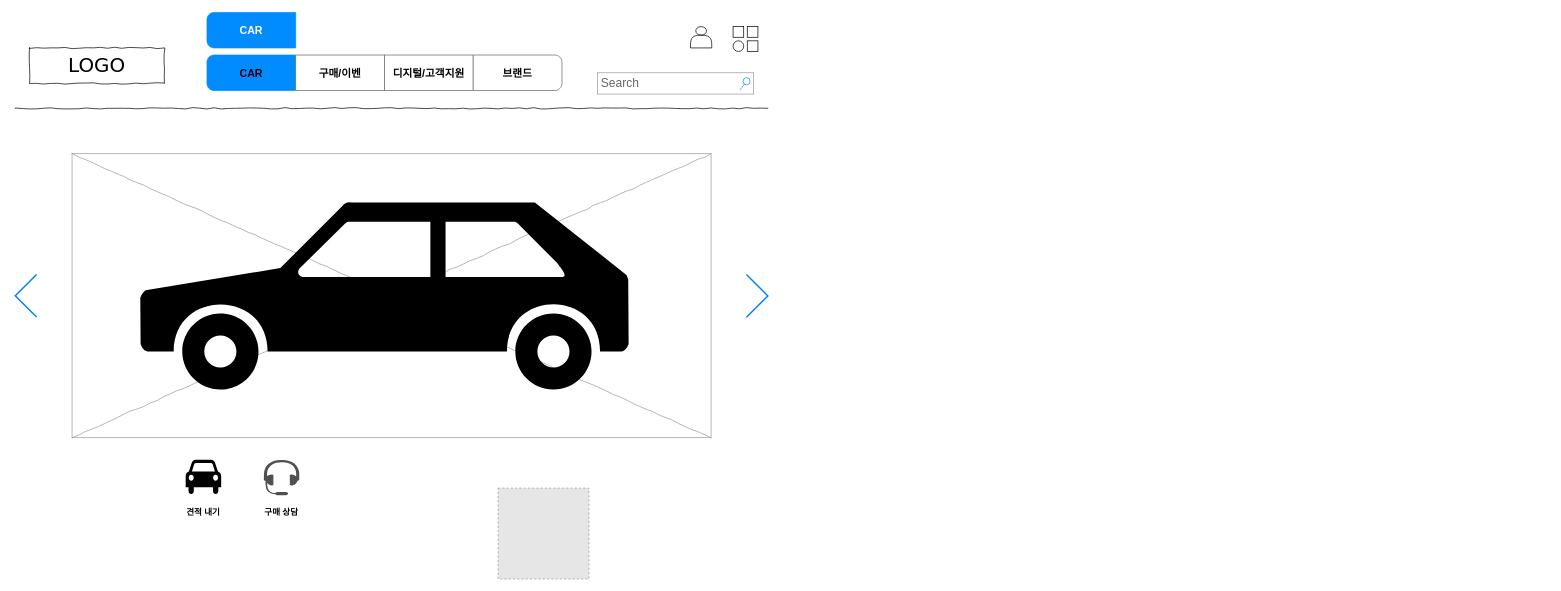
This is 제목 없는 다이어그램.drawio from hyun5085/todo, a draw.io file, before an edit. Source tidied: cells renumbered, new cells numbered last; positions are measured from the earlier drawing's top-left corner, leaving out a move shared by most shapes. Both pictures are drawn from the tidied source at 71%, with x=0, y=0 at pixel (15, 12). Pictures stored in the file or linked from it are replaced by grey dashed boxes.
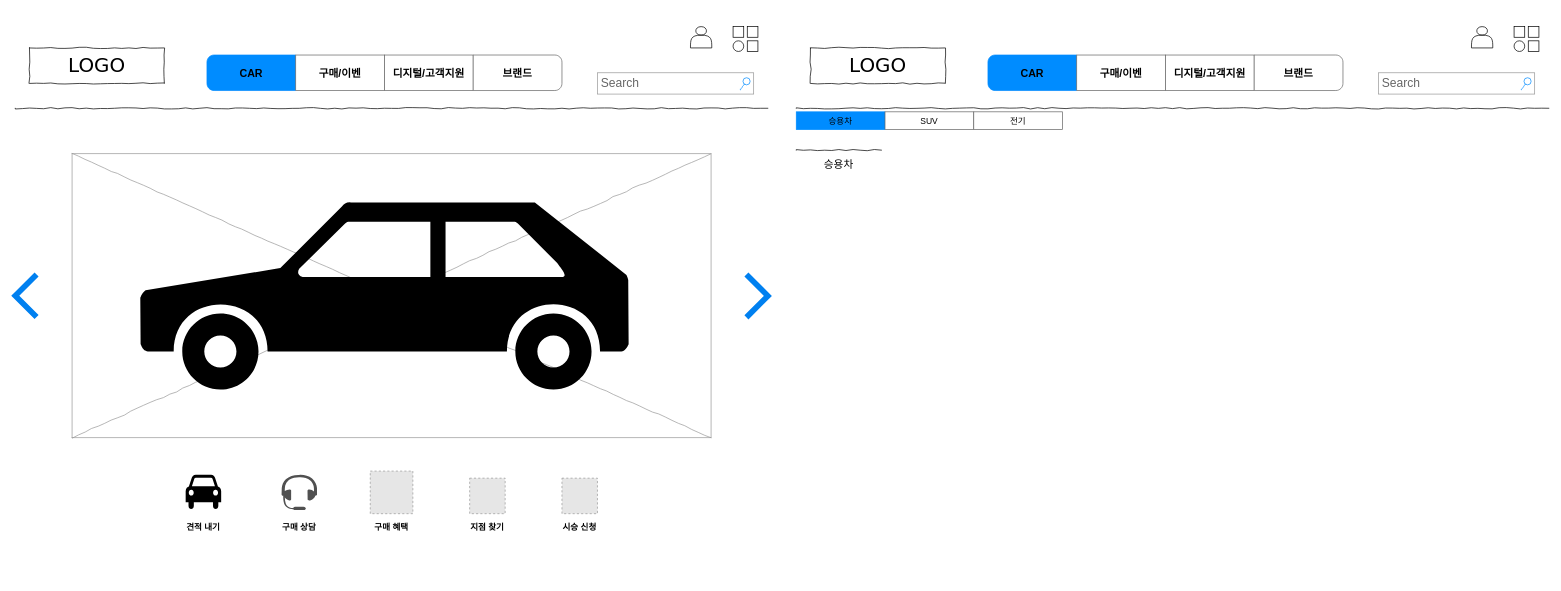
The same diagram, later.

Commit message (it also covers changes not shown here):
제목 없는 다이어그램.drawio 업데이트

The edit, as a diff of the source:
```diff
@@
-    <mxCell id="17" style="html=1;verticalLabelPosition=bottom;labelBackgroundColor=#ffffff;verticalAlign=top;shadow=0;dashed=0;strokeWidth=2;shape=mxgraph.ios7.misc.left;strokeColor=#0080f0;align=center;fontFamily=Helvetica;fontSize=12;fontColor=default;fillColor=default;" parent="1" vertex="1">
+    <mxCell id="17" style="html=1;verticalLabelPosition=bottom;labelBackgroundColor=#ffffff;verticalAlign=top;shadow=0;dashed=0;strokeWidth=8;shape=mxgraph.ios7.misc.left;strokeColor=#0080f0;align=center;fontFamily=Helvetica;fontSize=12;fontColor=default;fillColor=default;" parent="1" vertex="1">
       <mxGeometry y="369" width="30" height="60" as="geometry" />
     </mxCell>
-    <mxCell id="18" style="html=1;verticalLabelPosition=bottom;labelBackgroundColor=#ffffff;verticalAlign=top;shadow=0;dashed=0;strokeWidth=2;shape=mxgraph.ios7.misc.right;strokeColor=#0080f0;align=center;fontFamily=Helvetica;fontSize=12;fontColor=default;fillColor=default;" parent="1" vertex="1">
+    <mxCell id="18" style="html=1;verticalLabelPosition=bottom;labelBackgroundColor=#ffffff;verticalAlign=top;shadow=0;dashed=0;strokeWidth=8;shape=mxgraph.ios7.misc.right;strokeColor=#0080f0;align=center;fontFamily=Helvetica;fontSize=12;fontColor=default;fillColor=default;" parent="1" vertex="1">
       <mxGeometry x="1029.8" y="369" width="30.2" height="60.5" as="geometry" />
     </mxCell>
@@
-    <mxCell id="20" value="CAR" style="text;strokeColor=#008CFF;align=center;verticalAlign=middle;spacingLeft=10;spacingRight=10;overflow=hidden;whiteSpace=wrap;html=1;shape=mxgraph.mockup.leftButton;rSize=10;fillColor=#008CFF;fontColor=#ffffff;fontSize=15;fontStyle=1;" parent="1" vertex="1">
-      <mxGeometry x="270" width="125" height="50" as="geometry" />
-    </mxCell>
     <mxCell id="21" style="shape=mxgraph.signs.transportation.car_4;html=1;fillColor=#000000;strokeColor=none;verticalLabelPosition=bottom;verticalAlign=top;align=center;fontFamily=Helvetica;fontSize=12;fontColor=default;labelBackgroundColor=light-dark(#FFFFFF,#FFFFFF);" parent="1" vertex="1">
-      <mxGeometry x="240" y="630" width="50" height="50" as="geometry" />
+      <mxGeometry x="240" y="651" width="50" height="50" as="geometry" />
     </mxCell>
     <mxCell id="22" value="견적 내기" style="text;strokeColor=none;align=center;fillColor=none;html=1;verticalAlign=middle;whiteSpace=wrap;rounded=0;fontFamily=Helvetica;fontSize=12;fontColor=default;labelBackgroundColor=none;fontStyle=1;" parent="1" vertex="1">
-      <mxGeometry x="235" y="690" width="60" height="30" as="geometry" />
+      <mxGeometry x="235" y="711" width="60" height="30" as="geometry" />
     </mxCell>
     <mxCell id="23" style="sketch=0;shadow=0;dashed=0;html=1;strokeColor=none;fillColor=light-dark(#505050, #ffffff);labelPosition=center;verticalLabelPosition=bottom;verticalAlign=top;align=center;shape=mxgraph.office.devices.headset;fontFamily=Helvetica;fontSize=12;fontColor=default;labelBackgroundColor=light-dark(#FFFFFF,#FFFFFF);" parent="1" vertex="1">
-      <mxGeometry x="350" y="630" width="50" height="50" as="geometry" />
+      <mxGeometry x="375" y="651" width="50" height="50" as="geometry" />
     </mxCell>
     <mxCell id="24" value="구매 상담" style="text;strokeColor=none;align=center;fillColor=none;html=1;verticalAlign=middle;whiteSpace=wrap;rounded=0;fontFamily=Helvetica;fontSize=12;fontColor=default;labelBackgroundColor=none;fontStyle=1;" parent="1" vertex="1">
-      <mxGeometry x="345" y="690" width="60" height="30" as="geometry" />
+      <mxGeometry x="370" y="711" width="60" height="30" as="geometry" />
     </mxCell>
-    <mxCell id="25" style="fillColor=#E6E6E6;strokeColor=#999999;dashed=1;html=1;verticalAlign=top;verticalLabelPosition=bottom;labelBackgroundColor=#ffffff;align=center;fontFamily=Helvetica;fontSize=12;fontColor=default;" parent="1" vertex="1">
-      <mxGeometry x="680" y="670" width="128" height="128" as="geometry" />
-    </mxCell>
+    <mxCell id="26" style="fillColor=#E6E6E6;strokeColor=#999999;dashed=1;verticalLabelPosition=bottom;labelBackgroundColor=default;verticalAlign=top;" parent="1" vertex="1">
+      <mxGeometry x="500" y="646" width="60" height="60" as="geometry" />
+    </mxCell>
+    <mxCell id="27" value="구매 혜택" style="text;strokeColor=none;align=center;fillColor=none;html=1;verticalAlign=middle;whiteSpace=wrap;rounded=0;fontFamily=Helvetica;fontSize=12;fontColor=default;labelBackgroundColor=none;fontStyle=1;" parent="1" vertex="1">
+      <mxGeometry x="500" y="711" width="60" height="30" as="geometry" />
+    </mxCell>
+    <mxCell id="28" style="fillColor=#E6E6E6;strokeColor=#999999;dashed=1;verticalLabelPosition=bottom;labelBackgroundColor=default;verticalAlign=top;" parent="1" vertex="1">
+      <mxGeometry x="640" y="656" width="50" height="50" as="geometry" />
+    </mxCell>
+    <mxCell id="29" value="지점 찾기" style="text;strokeColor=none;align=center;fillColor=none;html=1;verticalAlign=middle;whiteSpace=wrap;rounded=0;fontFamily=Helvetica;fontSize=12;fontColor=default;labelBackgroundColor=none;fontStyle=1;" parent="1" vertex="1">
+      <mxGeometry x="635" y="711" width="60" height="30" as="geometry" />
+    </mxCell>
+    <mxCell id="30" style="fillColor=#E6E6E6;strokeColor=#999999;dashed=1;verticalLabelPosition=bottom;labelBackgroundColor=default;verticalAlign=top;" parent="1" vertex="1">
+      <mxGeometry x="770" y="656" width="50" height="50" as="geometry" />
+    </mxCell>
+    <mxCell id="31" value="시승 신청" style="text;strokeColor=none;align=center;fillColor=none;html=1;verticalAlign=middle;whiteSpace=wrap;rounded=0;fontFamily=Helvetica;fontSize=12;fontColor=default;labelBackgroundColor=none;fontStyle=1;" parent="1" vertex="1">
+      <mxGeometry x="765" y="711" width="60" height="30" as="geometry" />
+    </mxCell>
+    <mxCell id="32" value="LOGO" style="whiteSpace=wrap;html=1;rounded=0;shadow=0;labelBackgroundColor=none;strokeWidth=1;fontFamily=Verdana;fontSize=28;align=center;comic=1;" parent="1" vertex="1">
+      <mxGeometry x="1120" y="50" width="190" height="50" as="geometry" />
+    </mxCell>
+    <mxCell id="33" value="Search" style="strokeWidth=1;shadow=0;dashed=0;align=center;html=1;shape=mxgraph.mockup.forms.searchBox;strokeColor=#999999;mainText=;strokeColor2=#008cff;fontColor=#666666;fontSize=17;align=left;spacingLeft=3;rounded=0;labelBackgroundColor=none;comic=1;" parent="1" vertex="1">
+      <mxGeometry x="1920" y="85" width="220" height="30" as="geometry" />
+    </mxCell>
+    <mxCell id="34" style="line;strokeWidth=1;html=1;rounded=0;shadow=0;labelBackgroundColor=none;fillColor=none;fontFamily=Verdana;fontSize=14;fontColor=#000000;align=center;comic=1;" parent="1" vertex="1">
+      <mxGeometry x="1100" y="130" width="1060" height="10" as="geometry" />
+    </mxCell>
+    <mxCell id="35" style="shape=actor;whiteSpace=wrap;html=1;" parent="1" vertex="1">
+      <mxGeometry x="2051" y="20" width="30" height="30" as="geometry" />
+    </mxCell>
+    <mxCell id="36" style="swimlane;shape=mxgraph.bootstrap.anchor;strokeColor=#666666;fillColor=default;fontColor=default;fontStyle=0;horizontal=0;startSize=0;whiteSpace=wrap;html=1;" parent="1" vertex="1">
+      <mxGeometry x="1370" y="60" width="500" height="50" as="geometry" />
+    </mxCell>
+    <mxCell id="20" value="CAR" style="text;strokeColor=light-dark(#008CFF, #959595);align=center;verticalAlign=middle;spacingLeft=10;spacingRight=10;overflow=hidden;whiteSpace=wrap;html=1;shape=mxgraph.mockup.leftButton;rSize=10;fillColor=light-dark(#008CFF, #229afd);fontColor=light-dark(#000000,#000000);fontSize=15;fontStyle=1;" parent="36" vertex="1">
+      <mxGeometry width="125" height="50" as="geometry" />
+    </mxCell>
+    <mxCell id="37" value="구매/이벤" style="text;strokeColor=inherit;align=center;verticalAlign=middle;spacingLeft=10;spacingRight=10;overflow=hidden;whiteSpace=wrap;html=1;rSize=5;fillColor=inherit;fontColor=inherit;fontSize=15;fontStyle=1;" parent="36" vertex="1">
+      <mxGeometry x="125" width="125" height="50" as="geometry" />
+    </mxCell>
+    <mxCell id="38" value="&lt;font&gt;디지털/고객지원&lt;/font&gt;" style="text;strokeColor=inherit;align=center;verticalAlign=middle;spacingLeft=10;spacingRight=10;overflow=hidden;whiteSpace=wrap;html=1;rSize=5;fillColor=inherit;fontColor=inherit;fontSize=15;fontStyle=1;" parent="36" vertex="1">
+      <mxGeometry x="250" width="125" height="50" as="geometry" />
+    </mxCell>
+    <mxCell id="39" value="브랜드" style="text;strokeColor=inherit;align=center;verticalAlign=middle;spacingLeft=10;spacingRight=10;overflow=hidden;whiteSpace=wrap;html=1;shape=mxgraph.mockup.rightButton;rSize=10;fillColor=inherit;fontColor=inherit;fontSize=15;fontStyle=1;" parent="36" vertex="1">
+      <mxGeometry x="375" width="125" height="50" as="geometry" />
+    </mxCell>
+    <mxCell id="40" style="group;" parent="1" vertex="1">
+      <mxGeometry x="2111" y="20" width="35" height="35" as="geometry" />
+    </mxCell>
+    <mxCell id="41" style="whiteSpace=wrap;html=1;strokeColor=default;align=center;verticalAlign=top;fontFamily=Helvetica;fontSize=12;fontColor=default;labelBackgroundColor=light-dark(#FFFFFF,#FFFFFF);fillColor=default;" parent="40" vertex="1">
+      <mxGeometry width="15" height="15" as="geometry" />
+    </mxCell>
+    <mxCell id="42" style="whiteSpace=wrap;html=1;strokeColor=default;align=center;verticalAlign=top;fontFamily=Helvetica;fontSize=12;fontColor=default;labelBackgroundColor=light-dark(#FFFFFF,#FFFFFF);fillColor=default;" parent="40" vertex="1">
+      <mxGeometry x="20" y="20" width="15" height="15" as="geometry" />
+    </mxCell>
+    <mxCell id="43" style="ellipse;whiteSpace=wrap;html=1;strokeColor=default;align=center;verticalAlign=top;fontFamily=Helvetica;fontSize=12;fontColor=default;labelBackgroundColor=light-dark(#FFFFFF,#FFFFFF);fillColor=default;" parent="40" vertex="1">
+      <mxGeometry y="20" width="15" height="15" as="geometry" />
+    </mxCell>
+    <mxCell id="44" style="whiteSpace=wrap;html=1;strokeColor=default;align=center;verticalAlign=top;fontFamily=Helvetica;fontSize=12;fontColor=default;labelBackgroundColor=light-dark(#FFFFFF,#FFFFFF);fillColor=default;" parent="40" vertex="1">
+      <mxGeometry x="20" width="15" height="15" as="geometry" />
+    </mxCell>
+    <mxCell id="45" style="swimlane;shape=mxgraph.bootstrap.anchor;strokeColor=#666666;fillColor=#ffffff;fontColor=#0000FF;fontStyle=0;horizontal=0;startSize=0;whiteSpace=wrap;html=1;align=center;verticalAlign=top;fontFamily=Helvetica;fontSize=12;labelBackgroundColor=light-dark(#FFFFFF,#FFFFFF);" parent="1" vertex="1">
+      <mxGeometry x="1100" y="140" width="375" height="25" as="geometry" />
+    </mxCell>
+    <mxCell id="46" value="&lt;span style=&quot;&quot;&gt;승용차&lt;/span&gt;" style="text;strokeColor=#008CFF;align=center;verticalAlign=middle;spacingLeft=10;spacingRight=10;overflow=hidden;whiteSpace=wrap;html=1;fillColor=#008CFF;fontColor=default;fontSize=12;fontFamily=Helvetica;labelBackgroundColor=none;" parent="45" vertex="1">
+      <mxGeometry width="125" height="25" as="geometry" />
+    </mxCell>
+    <mxCell id="47" value="SUV" style="text;strokeColor=inherit;align=center;verticalAlign=middle;spacingLeft=10;spacingRight=10;overflow=hidden;whiteSpace=wrap;html=1;fillColor=inherit;fontColor=default;fontSize=12;fontFamily=Helvetica;labelBackgroundColor=none;" parent="45" vertex="1">
+      <mxGeometry x="125" width="125" height="25" as="geometry" />
+    </mxCell>
+    <mxCell id="48" value="전기" style="text;strokeColor=inherit;align=center;verticalAlign=middle;spacingLeft=10;spacingRight=10;overflow=hidden;whiteSpace=wrap;html=1;fillColor=inherit;fontColor=default;fontSize=12;fontFamily=Helvetica;labelBackgroundColor=none;" parent="45" vertex="1">
+      <mxGeometry x="250" width="125" height="25" as="geometry" />
+    </mxCell>
+    <mxCell id="49" style="line;strokeWidth=1;html=1;rounded=0;shadow=0;labelBackgroundColor=none;fillColor=none;fontFamily=Verdana;fontSize=14;fontColor=#000000;align=center;comic=1;" parent="1" vertex="1">
+      <mxGeometry x="1100" y="189" width="120" height="10" as="geometry" />
+    </mxCell>
+    <mxCell id="50" value="승용차" style="text;strokeColor=none;align=center;fillColor=none;html=1;verticalAlign=middle;whiteSpace=wrap;rounded=0;fontFamily=Helvetica;fontSize=15;fontColor=default;labelBackgroundColor=none;" parent="1" vertex="1">
+      <mxGeometry x="1130" y="199" width="60" height="30" as="geometry" />
+    </mxCell>
```
